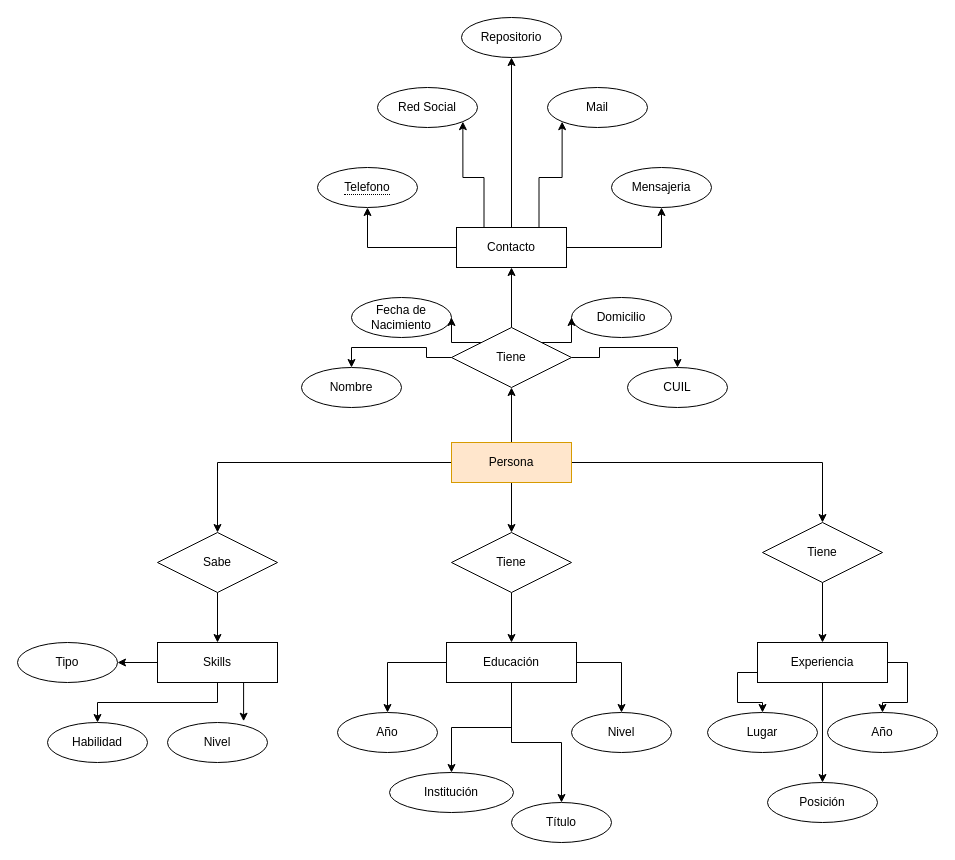
Above: Frontend/src/diagrama_bd.drawio in maverickmichi/Portfolio-AP2022-Michi (draw.io), before the change. Source tidied: cells renumbered, new cells numbered last; positions are measured from the earlier drawing's top-left corner, leaving out a move shared by most shapes. Both pictures are drawn from the tidied source at 100%, with x=0, y=0 at pixel (17, 17).
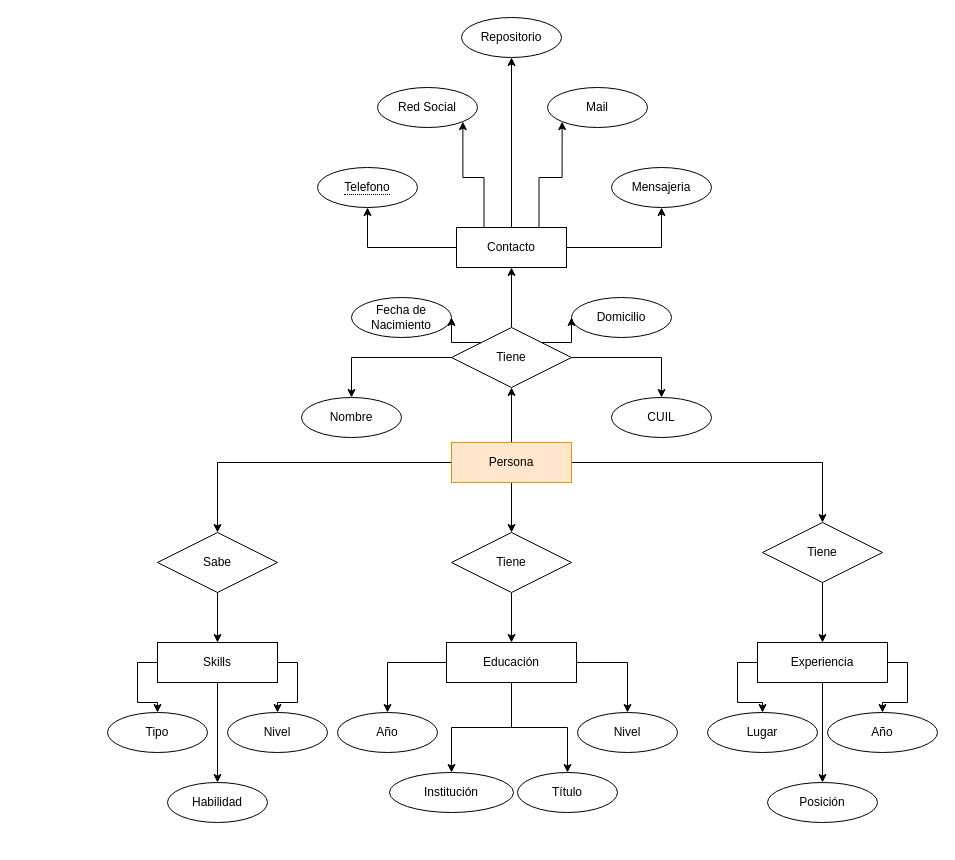
The same diagram, later.

The change refers to these unchanged cells:
```xml
<mxCell id="25" value="Experiencia" style="whiteSpace=wrap;html=1;align=center;" parent="1" vertex="1">
  <mxGeometry x="740" y="625" width="130" height="40" as="geometry" />
</mxCell>
<mxCell id="29" value="Skills" style="whiteSpace=wrap;html=1;align=center;" parent="1" vertex="1">
  <mxGeometry x="140" y="625" width="120" height="40" as="geometry" />
</mxCell>
<mxCell id="33" value="Lugar" style="ellipse;whiteSpace=wrap;html=1;align=center;" parent="1" vertex="1">
  <mxGeometry x="690" y="695" width="110" height="40" as="geometry" />
</mxCell>
```

Diff of the diagram source:
```diff
@@
     <mxCell id="13" value="CUIL" style="ellipse;whiteSpace=wrap;html=1;align=center;" parent="1" vertex="1">
-      <mxGeometry x="610" y="350" width="100" height="40" as="geometry" />
+      <mxGeometry x="594" y="380" width="100" height="40" as="geometry" />
     </mxCell>
     <mxCell id="14" value="Nombre" style="ellipse;whiteSpace=wrap;html=1;align=center;" parent="1" vertex="1">
-      <mxGeometry x="284" y="350" width="100" height="40" as="geometry" />
+      <mxGeometry x="284" y="380" width="100" height="40" as="geometry" />
     </mxCell>
@@
-    <mxCell id="23" style="edgeStyle=orthogonalEdgeStyle;rounded=0;jettySize=auto;html=1;exitX=0;exitY=0.75;exitDx=0;exitDy=0;" parent="1" edge="1" source="25" target="33">
+    <mxCell id="23" style="edgeStyle=orthogonalEdgeStyle;rounded=0;jettySize=auto;html=1;exitX=0;exitY=0.5;exitDx=0;exitDy=0;" parent="1" edge="1" source="25" target="33">
       <mxGeometry relative="1" as="geometry" />
     </mxCell>
@@
-    <mxCell id="26" style="edgeStyle=orthogonalEdgeStyle;rounded=0;jettySize=auto;html=1;exitX=0;exitY=0.5;exitDx=0;exitDy=0;entryX=1;entryY=0.5;entryDx=0;entryDy=0;" parent="1" edge="1" source="29" target="43">
-      <mxGeometry relative="1" as="geometry" />
-    </mxCell>
@@
-    <mxCell id="28" style="edgeStyle=orthogonalEdgeStyle;rounded=0;jettySize=auto;html=1;exitX=0.75;exitY=1;exitDx=0;exitDy=0;entryX=0.761;entryY=-0.032;entryDx=0;entryDy=0;entryPerimeter=0;" parent="1" edge="1" source="29" target="42">
+    <mxCell id="28" style="edgeStyle=orthogonalEdgeStyle;rounded=0;jettySize=auto;html=1;exitX=1;exitY=0.5;exitDx=0;exitDy=0;entryX=0.5;entryY=0;entryDx=0;entryDy=0;" parent="1" edge="1" source="29" target="42">
       <mxGeometry relative="1" as="geometry" />
     </mxCell>
+    <mxCell id="26" style="edgeStyle=orthogonalEdgeStyle;rounded=0;jettySize=auto;html=1;exitX=0;exitY=0.5;exitDx=0;exitDy=0;entryX=0.5;entryY=0;entryDx=0;entryDy=0;" parent="1" edge="1" source="29" target="43">
+      <mxGeometry relative="1" as="geometry" />
+    </mxCell>
@@
     <mxCell id="32" value="Nivel" style="ellipse;whiteSpace=wrap;html=1;align=center;" parent="1" vertex="1">
-      <mxGeometry x="554" y="695" width="100" height="40" as="geometry" />
+      <mxGeometry x="560" y="695" width="100" height="40" as="geometry" />
     </mxCell>
@@
     <mxCell id="34" value="Habilidad" style="ellipse;whiteSpace=wrap;html=1;align=center;" parent="1" vertex="1">
-      <mxGeometry x="30" y="705" width="100" height="40" as="geometry" />
+      <mxGeometry x="150" y="765" width="100" height="40" as="geometry" />
     </mxCell>
     <mxCell id="35" value="Título" style="ellipse;whiteSpace=wrap;html=1;align=center;" parent="1" vertex="1">
-      <mxGeometry x="494" y="785" width="100" height="40" as="geometry" />
+      <mxGeometry x="500" y="755" width="100" height="40" as="geometry" />
     </mxCell>
@@
     <mxCell id="42" value="Nivel" style="ellipse;whiteSpace=wrap;html=1;align=center;" parent="1" vertex="1">
-      <mxGeometry x="150" y="705" width="100" height="40" as="geometry" />
+      <mxGeometry x="210" y="695" width="100" height="40" as="geometry" />
     </mxCell>
     <mxCell id="43" value="Tipo" style="ellipse;whiteSpace=wrap;html=1;align=center;" parent="1" vertex="1">
-      <mxGeometry y="625" width="100" height="40" as="geometry" />
+      <mxGeometry x="90" y="695" width="100" height="40" as="geometry" />
     </mxCell>
@@
+    <mxCell id="57" style="edgeStyle=orthogonalEdgeStyle;rounded=0;orthogonalLoop=1;jettySize=auto;html=1;exitX=0.5;exitY=1;exitDx=0;exitDy=0;" parent="1" edge="1" source="14" target="14">
+      <mxGeometry relative="1" as="geometry" />
+    </mxCell>
```
